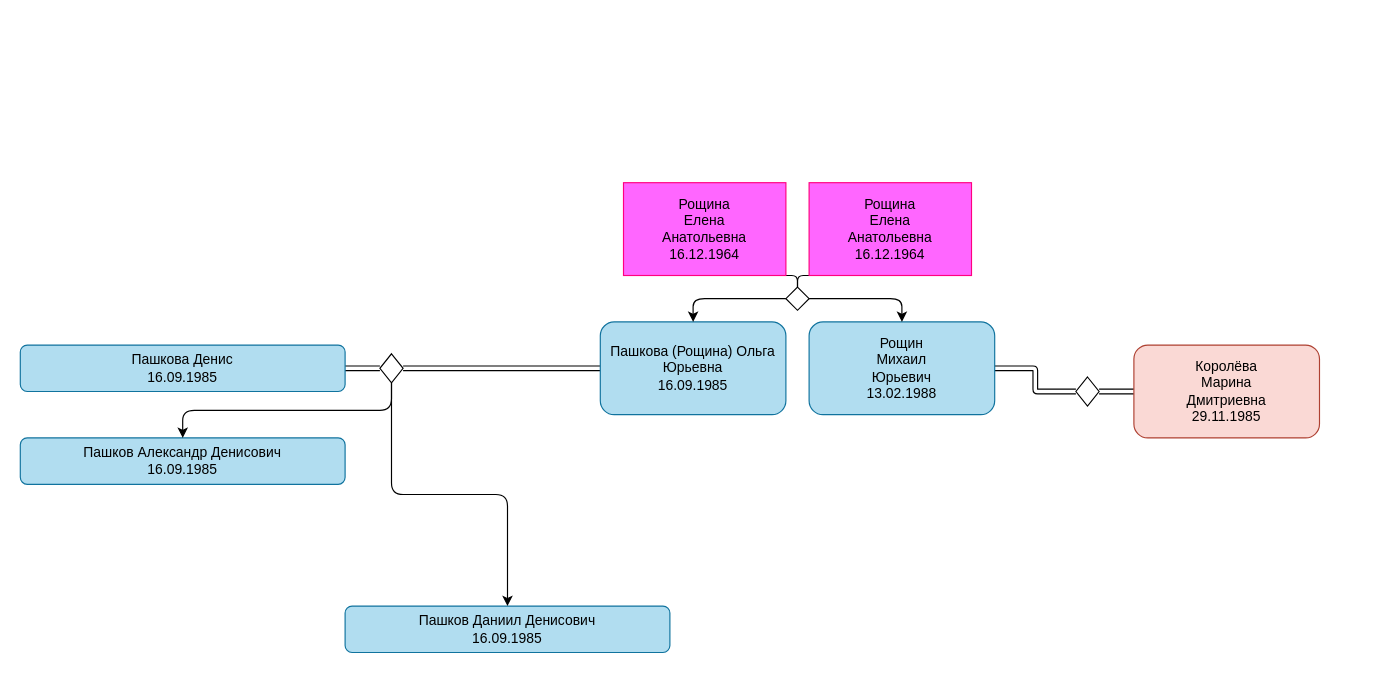
Earlier version of the draw.io diagram Roshchin.drawio (RoshchinMU/FamilyTree). Source tidied: cells renumbered, new cells numbered last; positions are measured from the earlier drawing's top-left corner, leaving out a move shared by most shapes. Both pictures are drawn from the tidied source at 116%, with x=0, y=0 at pixel (20, 182).
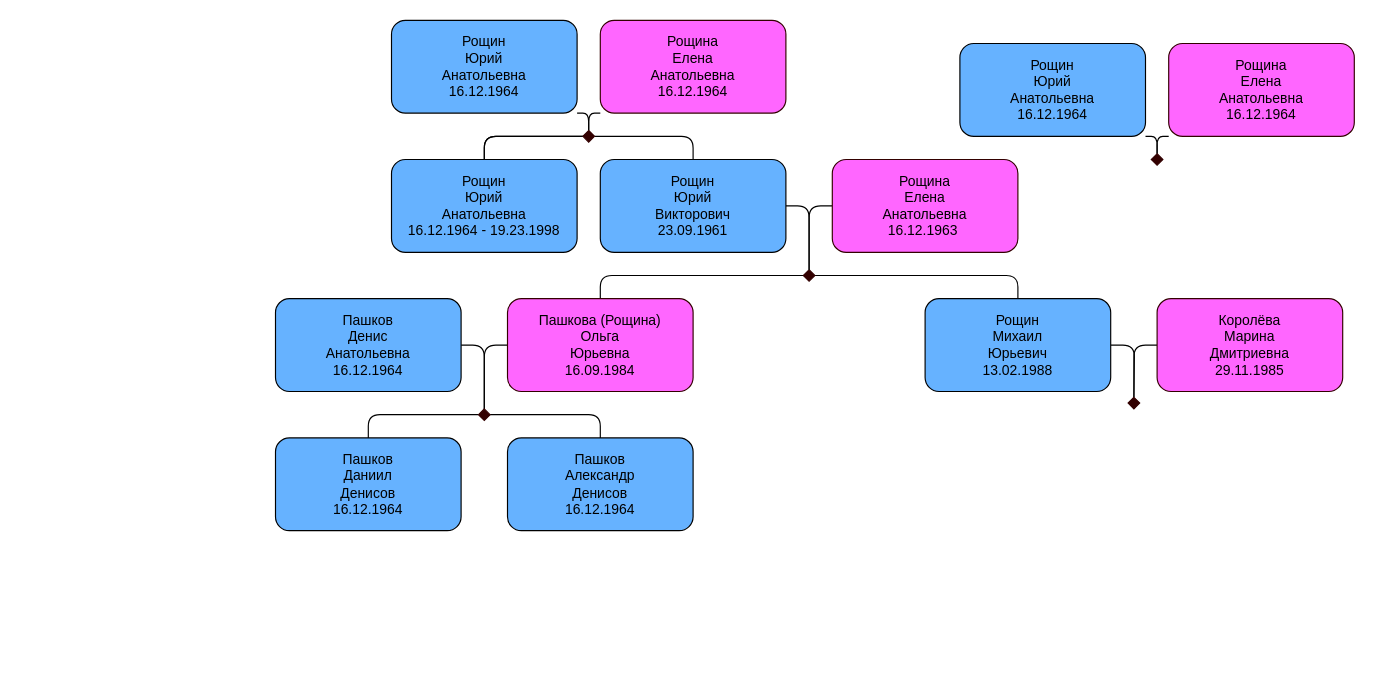
Above is the later version.

Change to the diagram source:
```diff
@@
-    <mxCell id="2" style="edgeStyle=orthogonalEdgeStyle;html=1;exitX=1;exitY=0.5;exitDx=0;exitDy=0;entryX=0;entryY=0.5;entryDx=0;entryDy=0;shape=link;" parent="1" edge="1" source="3" target="15">
-      <mxGeometry relative="1" as="geometry" />
-    </mxCell>
-    <mxCell id="3" value="Рощин&lt;br&gt;Михаил &lt;br&gt;Юрьевич&lt;br&gt;13.02.1988" style="rounded=1;whiteSpace=wrap;html=1;fillColor=#b1ddf0;strokeColor=#10739e;fontColor=#000000;" parent="1" vertex="1">
-      <mxGeometry x="680" y="120" width="160" height="80" as="geometry" />
-    </mxCell>
-    <mxCell id="4" style="edgeStyle=orthogonalEdgeStyle;html=1;exitX=0;exitY=0.5;exitDx=0;exitDy=0;entryX=1;entryY=0.5;entryDx=0;entryDy=0;shape=link;" parent="1" edge="1" source="5" target="15">
-      <mxGeometry relative="1" as="geometry" />
-    </mxCell>
-    <mxCell id="5" value="Королёва&lt;br&gt;Марина&lt;br&gt;Дмитриевна&lt;br&gt;29.11.1985" style="rounded=1;whiteSpace=wrap;html=1;fillColor=#fad9d5;strokeColor=#ae4132;fontColor=#000000;" parent="1" vertex="1">
-      <mxGeometry x="960" y="140" width="160" height="80" as="geometry" />
-    </mxCell>
-    <mxCell id="6" style="edgeStyle=none;shape=link;html=1;exitX=0;exitY=0.5;exitDx=0;exitDy=0;entryX=1;entryY=0.5;entryDx=0;entryDy=0;" parent="1" edge="1" source="7" target="14">
-      <mxGeometry relative="1" as="geometry" />
-    </mxCell>
-    <mxCell id="7" value="Пашкова (Рощина) Ольга Юрьевна&lt;br&gt;16.09.1985" style="rounded=1;whiteSpace=wrap;html=1;fillColor=#b1ddf0;strokeColor=#10739e;fontColor=#000000;" parent="1" vertex="1">
-      <mxGeometry x="500" y="120" width="160" height="80" as="geometry" />
-    </mxCell>
-    <mxCell id="8" style="edgeStyle=none;shape=link;html=1;exitX=1;exitY=0.5;exitDx=0;exitDy=0;entryX=0;entryY=0.5;entryDx=0;entryDy=0;" parent="1" edge="1" source="9" target="14">
-      <mxGeometry relative="1" as="geometry" />
-    </mxCell>
-    <mxCell id="9" value="Пашкова Денис&lt;br&gt;16.09.1985" style="rounded=1;whiteSpace=wrap;html=1;fillColor=#b1ddf0;strokeColor=#10739e;fontColor=#000000;" parent="1" vertex="1">
-      <mxGeometry y="140" width="280" height="40" as="geometry" />
-    </mxCell>
-    <mxCell id="10" value="Пашков Даниил Денисович&lt;br&gt;16.09.1985" style="rounded=1;whiteSpace=wrap;html=1;fillColor=#b1ddf0;strokeColor=#10739e;fontColor=#000000;" parent="1" vertex="1">
-      <mxGeometry x="280" y="365" width="280" height="40" as="geometry" />
-    </mxCell>
-    <mxCell id="11" value="Пашков Александр Денисович&lt;br&gt;16.09.1985" style="rounded=1;whiteSpace=wrap;html=1;fillColor=#b1ddf0;strokeColor=#10739e;fontColor=#000000;" parent="1" vertex="1">
-      <mxGeometry y="220" width="280" height="40" as="geometry" />
-    </mxCell>
-    <mxCell id="12" style="edgeStyle=orthogonalEdgeStyle;html=1;exitX=0.5;exitY=1;exitDx=0;exitDy=0;entryX=0.5;entryY=0;entryDx=0;entryDy=0;" parent="1" edge="1" source="14" target="10">
-      <mxGeometry relative="1" as="geometry" />
-    </mxCell>
-    <mxCell id="13" style="edgeStyle=orthogonalEdgeStyle;html=1;exitX=0.5;exitY=1;exitDx=0;exitDy=0;entryX=0.5;entryY=0;entryDx=0;entryDy=0;" parent="1" edge="1" source="14" target="11">
-      <mxGeometry relative="1" as="geometry" />
-    </mxCell>
-    <mxCell id="14" style="rhombus;whiteSpace=wrap;html=1;" parent="1" vertex="1">
-      <mxGeometry x="310" y="147.5" width="20" height="25" as="geometry" />
-    </mxCell>
-    <mxCell id="15" style="rhombus;whiteSpace=wrap;html=1;" parent="1" vertex="1">
-      <mxGeometry x="910" y="167.5" width="20" height="25" as="geometry" />
-    </mxCell>
-    <mxCell id="16" style="edgeStyle=orthogonalEdgeStyle;html=1;exitX=1;exitY=0.5;exitDx=0;exitDy=0;entryX=0.5;entryY=0;entryDx=0;entryDy=0;strokeColor=default;strokeWidth=1;fontColor=#000000;endArrow=classic;endFill=1;startSize=6;endSize=6;" parent="1" edge="1" source="18" target="3">
+    <mxCell id="16" style="edgeStyle=orthogonalEdgeStyle;html=1;exitX=1;exitY=0.5;exitDx=0;exitDy=0;entryX=0.5;entryY=0;entryDx=0;entryDy=0;strokeColor=default;strokeWidth=1;fontColor=#000000;endArrow=none;endFill=0;startSize=6;endSize=6;" parent="1" edge="1" source="18" target="3">
       <mxGeometry relative="1" as="geometry" />
     </mxCell>
-    <mxCell id="17" style="edgeStyle=orthogonalEdgeStyle;html=1;exitX=0;exitY=0.5;exitDx=0;exitDy=0;entryX=0.5;entryY=0;entryDx=0;entryDy=0;strokeColor=default;strokeWidth=1;fontColor=#000000;endArrow=classic;endFill=1;startSize=6;endSize=6;" parent="1" edge="1" source="18" target="7">
+    <mxCell id="17" style="edgeStyle=orthogonalEdgeStyle;html=1;exitX=0;exitY=0.5;exitDx=0;exitDy=0;entryX=0.5;entryY=0;entryDx=0;entryDy=0;strokeColor=default;strokeWidth=1;fontColor=#000000;endArrow=none;endFill=0;startSize=6;endSize=6;" parent="1" edge="1" source="18" target="24">
       <mxGeometry relative="1" as="geometry" />
     </mxCell>
-    <mxCell id="18" style="rhombus;whiteSpace=wrap;html=1;fontColor=#000000;" parent="1" vertex="1">
-      <mxGeometry x="660" y="90" width="20" height="20" as="geometry" />
+    <mxCell id="18" style="rhombus;whiteSpace=wrap;html=1;fontColor=#000000;strokeColor=#330000;fillColor=#330000;" parent="1" vertex="1">
+      <mxGeometry x="675" y="75" width="10" height="10" as="geometry" />
     </mxCell>
-    <mxCell id="19" style="edgeStyle=orthogonalEdgeStyle;html=1;exitX=0;exitY=1;exitDx=0;exitDy=0;entryX=0.5;entryY=0;entryDx=0;entryDy=0;strokeColor=default;strokeWidth=1;fontColor=#000000;endArrow=none;endFill=0;startSize=6;endSize=6;" parent="1" edge="1" source="20" target="18">
+    <mxCell id="19" style="edgeStyle=orthogonalEdgeStyle;rounded=1;jettySize=auto;html=1;exitX=0;exitY=0.5;exitDx=0;exitDy=0;entryX=0.5;entryY=0;entryDx=0;entryDy=0;endArrow=none;endFill=0;" parent="1" edge="1" source="20" target="18">
       <mxGeometry relative="1" as="geometry" />
     </mxCell>
-    <mxCell id="20" value="Рощина&lt;br&gt;Елена&lt;br&gt;Анатольевна&lt;br&gt;16.12.1964" style="rounded=0;whiteSpace=wrap;html=1;strokeColor=#FF0080;fontColor=#000000;fillColor=#FF66FF;" parent="1" vertex="1">
-      <mxGeometry x="680" width="140" height="80" as="geometry" />
+    <mxCell id="20" value="Рощина&lt;br&gt;Елена&lt;br&gt;Анатольевна&lt;br&gt;16.12.1963&amp;nbsp;" style="rounded=1;whiteSpace=wrap;html=1;strokeColor=#330000;fontColor=#000000;fillColor=#FF66FF;" parent="1" vertex="1">
+      <mxGeometry x="700" y="-20" width="160" height="80" as="geometry" />
     </mxCell>
-    <mxCell id="21" style="html=1;exitX=1;exitY=1;exitDx=0;exitDy=0;entryX=0.5;entryY=0;entryDx=0;entryDy=0;strokeColor=default;strokeWidth=1;fontColor=#000000;endArrow=none;endFill=0;startSize=6;endSize=6;edgeStyle=orthogonalEdgeStyle;" parent="1" edge="1" source="22" target="18">
+    <mxCell id="21" style="edgeStyle=orthogonalEdgeStyle;rounded=1;jettySize=auto;html=1;exitX=1;exitY=0.5;exitDx=0;exitDy=0;entryX=0.5;entryY=0;entryDx=0;entryDy=0;endArrow=none;endFill=0;" parent="1" edge="1" source="22" target="18">
       <mxGeometry relative="1" as="geometry" />
     </mxCell>
-    <mxCell id="22" value="Рощина&lt;br&gt;Елена&lt;br&gt;Анатольевна&lt;br&gt;16.12.1964" style="rounded=0;whiteSpace=wrap;html=1;strokeColor=#FF0080;fontColor=#000000;fillColor=#FF66FF;" parent="1" vertex="1">
-      <mxGeometry x="520" width="140" height="80" as="geometry" />
+    <mxCell id="22" value="Рощин&lt;br&gt;Юрий&lt;br&gt;Викторович&lt;br&gt;23.09.1961" style="rounded=1;whiteSpace=wrap;html=1;strokeColor=default;fontColor=#000000;fillColor=#66B2FF;" parent="1" vertex="1">
+      <mxGeometry x="500" y="-20" width="160" height="80" as="geometry" />
     </mxCell>
+    <mxCell id="23" style="edgeStyle=orthogonalEdgeStyle;rounded=1;jettySize=auto;html=1;exitX=0;exitY=0.5;exitDx=0;exitDy=0;entryX=0.5;entryY=0;entryDx=0;entryDy=0;endArrow=none;endFill=0;" parent="1" edge="1" source="24" target="33">
+      <mxGeometry relative="1" as="geometry" />
+    </mxCell>
+    <mxCell id="24" value="Пашкова (Рощина)&lt;br&gt;Ольга&lt;br&gt;Юрьевна&lt;br&gt;16.09.1984" style="rounded=1;whiteSpace=wrap;html=1;strokeColor=#330000;fontColor=#000000;fillColor=#FF66FF;" parent="1" vertex="1">
+      <mxGeometry x="420" y="100" width="160" height="80" as="geometry" />
+    </mxCell>
+    <mxCell id="25" style="edgeStyle=orthogonalEdgeStyle;rounded=1;jettySize=auto;html=1;exitX=1;exitY=0.5;exitDx=0;exitDy=0;endArrow=none;endFill=0;" parent="1" edge="1" source="3">
+      <mxGeometry relative="1" as="geometry">
+        <mxPoint x="960" y="185" as="targetPoint" />
+      </mxGeometry>
+    </mxCell>
+    <mxCell id="3" value="Рощин&lt;br style=&quot;border-color: var(--border-color);&quot;&gt;Михаил&lt;br style=&quot;border-color: var(--border-color);&quot;&gt;Юрьевич&lt;br style=&quot;border-color: var(--border-color);&quot;&gt;13.02.1988" style="rounded=1;whiteSpace=wrap;html=1;strokeColor=default;fontColor=#000000;fillColor=#66B2FF;" parent="1" vertex="1">
+      <mxGeometry x="780" y="100" width="160" height="80" as="geometry" />
+    </mxCell>
+    <mxCell id="26" style="edgeStyle=orthogonalEdgeStyle;rounded=1;jettySize=auto;html=1;exitX=0;exitY=0.5;exitDx=0;exitDy=0;entryX=0.5;entryY=0;entryDx=0;entryDy=0;endArrow=none;endFill=0;" parent="1" edge="1" source="5" target="27">
+      <mxGeometry relative="1" as="geometry" />
+    </mxCell>
+    <mxCell id="5" value="Королёва&lt;br style=&quot;border-color: var(--border-color);&quot;&gt;Марина&lt;br style=&quot;border-color: var(--border-color);&quot;&gt;Дмитриевна&lt;br style=&quot;border-color: var(--border-color);&quot;&gt;29.11.1985" style="rounded=1;whiteSpace=wrap;html=1;strokeColor=#330000;fontColor=#000000;fillColor=#FF66FF;" parent="1" vertex="1">
+      <mxGeometry x="980" y="100" width="160" height="80" as="geometry" />
+    </mxCell>
+    <mxCell id="27" style="rhombus;whiteSpace=wrap;html=1;fontColor=#000000;strokeColor=#330000;fillColor=#330000;" parent="1" vertex="1">
+      <mxGeometry x="955" y="185" width="10" height="10" as="geometry" />
+    </mxCell>
+    <mxCell id="28" style="edgeStyle=orthogonalEdgeStyle;rounded=1;jettySize=auto;html=1;exitX=1;exitY=0.5;exitDx=0;exitDy=0;entryX=0.5;entryY=0;entryDx=0;entryDy=0;endArrow=none;endFill=0;" parent="1" edge="1" source="29" target="33">
+      <mxGeometry relative="1" as="geometry" />
+    </mxCell>
+    <mxCell id="29" value="Пашков&lt;br&gt;Денис&lt;br&gt;Анатольевна&lt;br&gt;16.12.1964" style="rounded=1;whiteSpace=wrap;html=1;strokeColor=default;fontColor=#000000;fillColor=#66B2FF;" parent="1" vertex="1">
+      <mxGeometry x="220" y="100" width="160" height="80" as="geometry" />
+    </mxCell>
+    <mxCell id="30" value="Пашков&lt;br&gt;Даниил&lt;br&gt;Денисов&lt;br&gt;16.12.1964" style="rounded=1;whiteSpace=wrap;html=1;strokeColor=default;fontColor=#000000;fillColor=#66B2FF;" parent="1" vertex="1">
+      <mxGeometry x="220" y="220" width="160" height="80" as="geometry" />
+    </mxCell>
+    <mxCell id="31" style="edgeStyle=orthogonalEdgeStyle;rounded=1;jettySize=auto;html=1;exitX=1;exitY=0.5;exitDx=0;exitDy=0;entryX=0.5;entryY=0;entryDx=0;entryDy=0;endArrow=none;endFill=0;" parent="1" edge="1" source="33" target="34">
+      <mxGeometry relative="1" as="geometry" />
+    </mxCell>
+    <mxCell id="32" style="edgeStyle=orthogonalEdgeStyle;rounded=1;jettySize=auto;html=1;exitX=0;exitY=0.5;exitDx=0;exitDy=0;entryX=0.5;entryY=0;entryDx=0;entryDy=0;endArrow=none;endFill=0;" parent="1" edge="1" source="33" target="30">
+      <mxGeometry relative="1" as="geometry" />
+    </mxCell>
+    <mxCell id="33" style="rhombus;whiteSpace=wrap;html=1;fontColor=#000000;strokeColor=#330000;fillColor=#330000;" parent="1" vertex="1">
+      <mxGeometry x="395" y="195" width="10" height="10" as="geometry" />
+    </mxCell>
+    <mxCell id="34" value="Пашков&lt;br&gt;Александр&lt;br&gt;Денисов&lt;br&gt;16.12.1964" style="rounded=1;whiteSpace=wrap;html=1;strokeColor=default;fontColor=#000000;fillColor=#66B2FF;" parent="1" vertex="1">
+      <mxGeometry x="420" y="220" width="160" height="80" as="geometry" />
+    </mxCell>
+    <mxCell id="35" style="edgeStyle=orthogonalEdgeStyle;rounded=1;jettySize=auto;html=1;exitX=1;exitY=1;exitDx=0;exitDy=0;endArrow=none;endFill=0;" parent="1" edge="1" source="36">
+      <mxGeometry relative="1" as="geometry">
+        <mxPoint x="980" y="-25" as="targetPoint" />
+      </mxGeometry>
+    </mxCell>
+    <mxCell id="36" value="Рощин&lt;br&gt;Юрий&lt;br&gt;Анатольевна&lt;br&gt;16.12.1964" style="rounded=1;whiteSpace=wrap;html=1;strokeColor=default;fontColor=#000000;fillColor=#66B2FF;" parent="1" vertex="1">
+      <mxGeometry x="810" y="-120" width="160" height="80" as="geometry" />
+    </mxCell>
+    <mxCell id="37" style="edgeStyle=orthogonalEdgeStyle;rounded=1;jettySize=auto;html=1;exitX=0;exitY=1;exitDx=0;exitDy=0;entryX=0.5;entryY=0;entryDx=0;entryDy=0;endArrow=none;endFill=0;" parent="1" edge="1" source="38" target="39">
+      <mxGeometry relative="1" as="geometry" />
+    </mxCell>
+    <mxCell id="38" value="Рощина&lt;br&gt;Елена&lt;br&gt;Анатольевна&lt;br&gt;16.12.1964" style="rounded=1;whiteSpace=wrap;html=1;strokeColor=#330000;fontColor=#000000;fillColor=#FF66FF;" parent="1" vertex="1">
+      <mxGeometry x="990" y="-120" width="160" height="80" as="geometry" />
+    </mxCell>
+    <mxCell id="39" style="rhombus;whiteSpace=wrap;html=1;fontColor=#000000;strokeColor=#330000;fillColor=#330000;" parent="1" vertex="1">
+      <mxGeometry x="975" y="-25" width="10" height="10" as="geometry" />
+    </mxCell>
+    <mxCell id="40" style="edgeStyle=orthogonalEdgeStyle;rounded=1;jettySize=auto;html=1;exitX=1;exitY=1;exitDx=0;exitDy=0;endArrow=none;endFill=0;entryX=0.5;entryY=0;entryDx=0;entryDy=0;" parent="1" edge="1" source="41" target="47">
+      <mxGeometry relative="1" as="geometry" />
+    </mxCell>
+    <mxCell id="41" value="Рощин&lt;br&gt;Юрий&lt;br&gt;Анатольевна&lt;br&gt;16.12.1964" style="rounded=1;whiteSpace=wrap;html=1;strokeColor=default;fontColor=#000000;fillColor=#66B2FF;" parent="1" vertex="1">
+      <mxGeometry x="320" y="-140" width="160" height="80" as="geometry" />
+    </mxCell>
+    <mxCell id="42" style="edgeStyle=orthogonalEdgeStyle;rounded=1;jettySize=auto;html=1;exitX=0;exitY=1;exitDx=0;exitDy=0;entryX=0.5;entryY=0;entryDx=0;entryDy=0;endArrow=none;endFill=0;" parent="1" edge="1" source="43" target="47">
+      <mxGeometry relative="1" as="geometry" />
+    </mxCell>
+    <mxCell id="43" value="Рощина&lt;br&gt;Елена&lt;br&gt;Анатольевна&lt;br&gt;16.12.1964" style="rounded=1;whiteSpace=wrap;html=1;strokeColor=#330000;fontColor=#000000;fillColor=#FF66FF;" parent="1" vertex="1">
+      <mxGeometry x="500" y="-140" width="160" height="80" as="geometry" />
+    </mxCell>
+    <mxCell id="44" style="edgeStyle=orthogonalEdgeStyle;rounded=1;jettySize=auto;html=1;exitX=0;exitY=0.5;exitDx=0;exitDy=0;entryX=0.5;entryY=0;entryDx=0;entryDy=0;endArrow=none;endFill=0;" parent="1" edge="1" source="47" target="48">
+      <mxGeometry relative="1" as="geometry" />
+    </mxCell>
+    <mxCell id="45" style="edgeStyle=orthogonalEdgeStyle;rounded=1;jettySize=auto;html=1;exitX=1;exitY=0.5;exitDx=0;exitDy=0;entryX=0.5;entryY=0;entryDx=0;entryDy=0;endArrow=none;endFill=0;" parent="1" edge="1" source="47" target="22">
+      <mxGeometry relative="1" as="geometry" />
+    </mxCell>
+    <mxCell id="46" style="edgeStyle=orthogonalEdgeStyle;rounded=1;jettySize=auto;html=1;endArrow=none;endFill=0;" parent="1" edge="1" source="47" target="48">
+      <mxGeometry relative="1" as="geometry" />
+    </mxCell>
+    <mxCell id="47" style="rhombus;whiteSpace=wrap;html=1;fontColor=#000000;strokeColor=#330000;fillColor=#330000;" parent="1" vertex="1">
+      <mxGeometry x="485" y="-45" width="10" height="10" as="geometry" />
+    </mxCell>
+    <mxCell id="48" value="Рощин&lt;br&gt;Юрий&lt;br&gt;Анатольевна&lt;br&gt;16.12.1964 - 19.23.1998" style="rounded=1;whiteSpace=wrap;html=1;strokeColor=default;fontColor=#000000;fillColor=#66B2FF;shadow=0;glass=0;" parent="1" vertex="1">
+      <mxGeometry x="320" y="-20" width="160" height="80" as="geometry" />
+    </mxCell>
```
